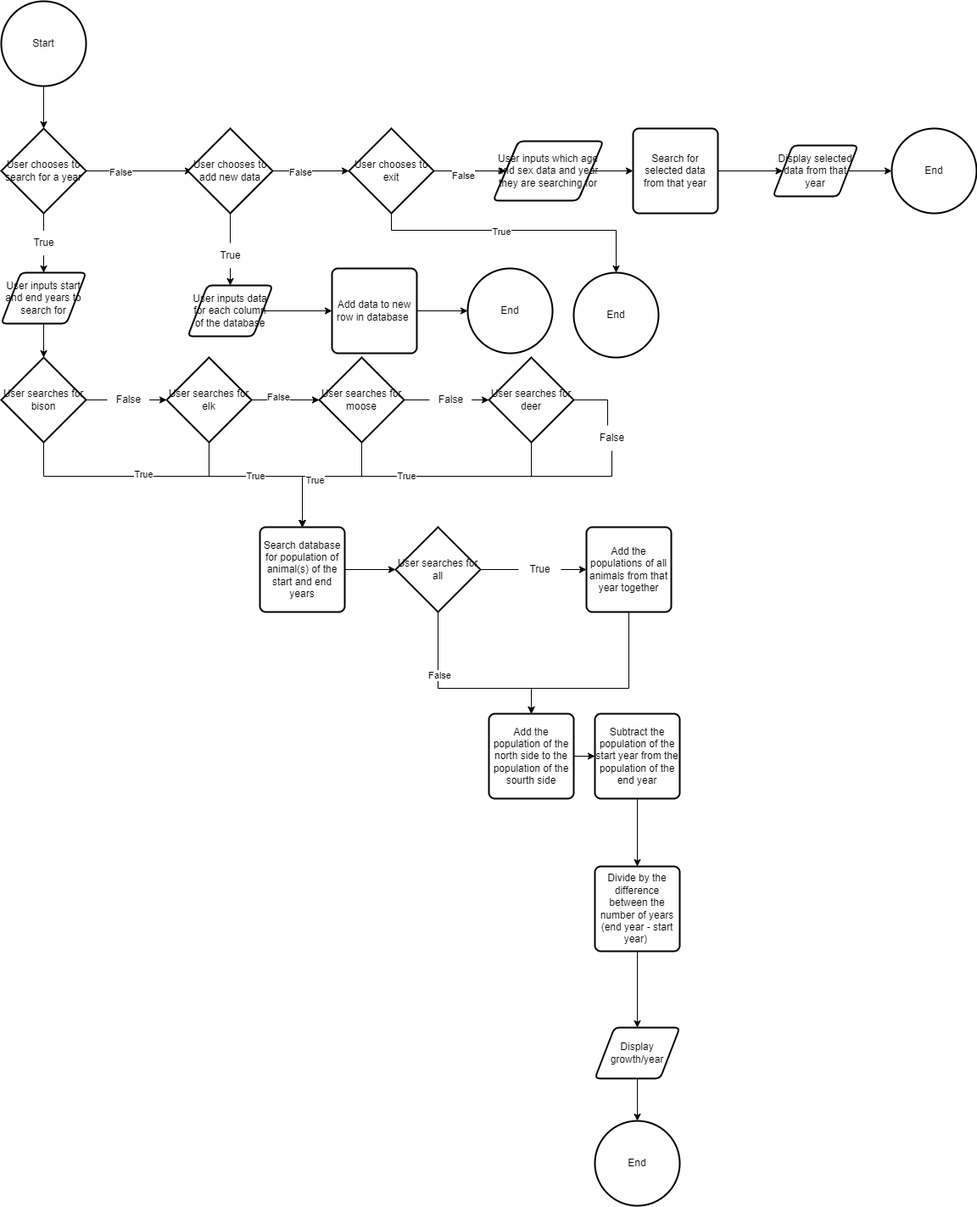
Earlier version of the draw.io export Large Mammal Population.drawio.png (mimimelonxxxx/CSE2130-Project). Source tidied: cells renumbered, new cells last; positions are measured from the earlier drawing's top-left corner, leaving out a move shared by most shapes.
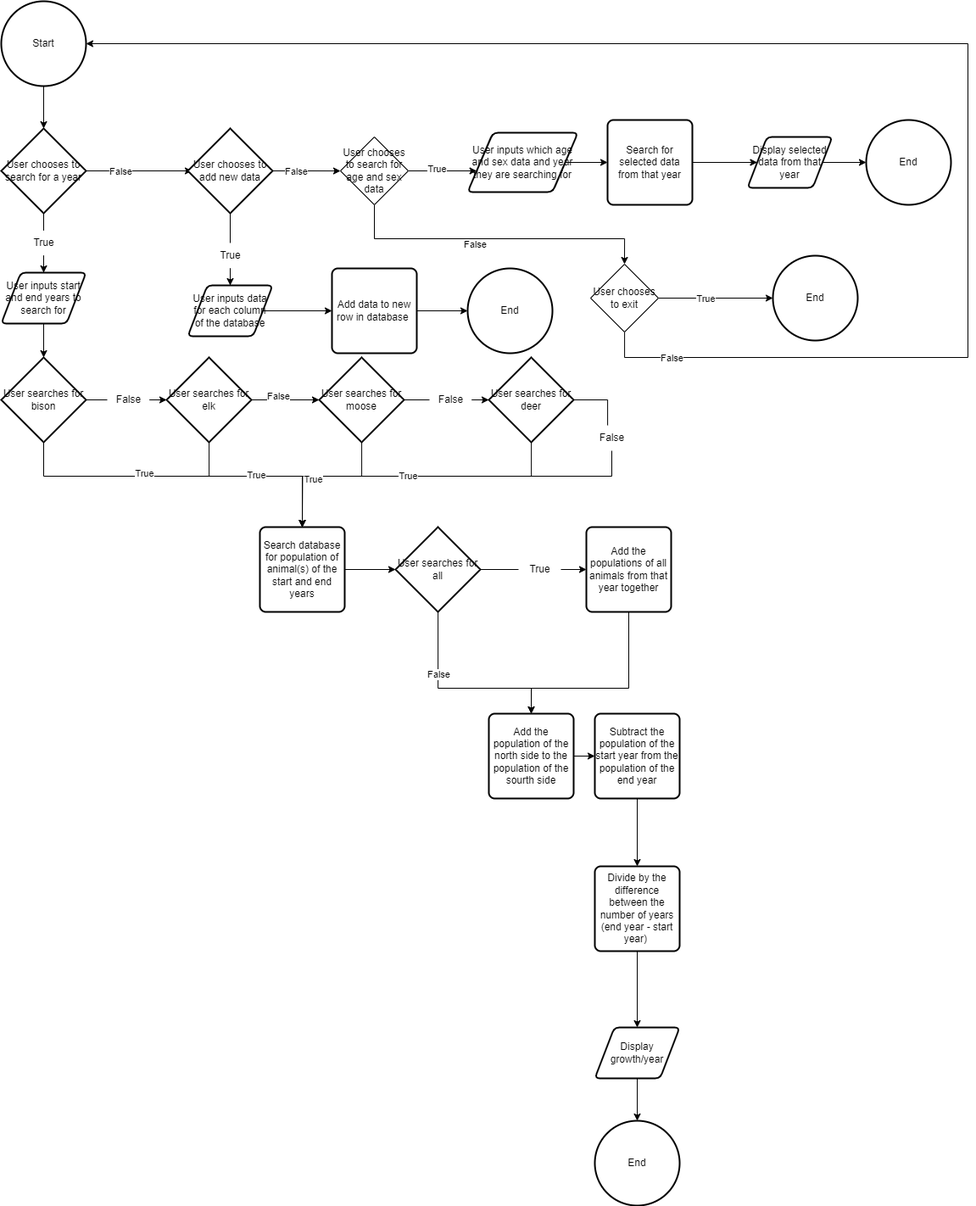
The same file after the commit.

Commit message:
actually finished

What changed in the source:
```diff
@@ -217,8 +217,9 @@
     <mxCell id="56" style="edgeStyle=orthogonalEdgeStyle;rounded=0;jettySize=auto;html=1;startArrow=none;" parent="1" edge="1" source="60" target="52">
       <mxGeometry relative="1" as="geometry" />
     </mxCell>
-    <mxCell id="57" style="edgeStyle=orthogonalEdgeStyle;rounded=0;jettySize=auto;html=1;" parent="1" edge="1" source="59" target="66">
+    <mxCell id="57" style="edgeStyle=orthogonalEdgeStyle;rounded=0;jettySize=auto;html=1;" parent="1" edge="1" source="59">
       <mxGeometry relative="1" as="geometry">
+        <mxPoint x="400" y="200.1" as="targetPoint" />
         <Array as="points">
           <mxPoint x="360" y="200" />
           <mxPoint x="360" y="200" />
@@ -239,31 +240,6 @@
     <mxCell id="61" style="edgeStyle=orthogonalEdgeStyle;rounded=0;jettySize=auto;html=1;endArrow=none;" parent="1" edge="1" source="59" target="60">
       <mxGeometry relative="1" as="geometry" />
     </mxCell>
-    <mxCell id="62" style="edgeStyle=orthogonalEdgeStyle;rounded=0;jettySize=auto;html=1;entryX=0.5;entryY=0;entryDx=0;entryDy=0;entryPerimeter=0;" parent="1" edge="1" source="66" target="67">
-      <mxGeometry relative="1" as="geometry">
-        <Array as="points">
-          <mxPoint x="460" y="270" />
-          <mxPoint x="725" y="270" />
-        </Array>
-      </mxGeometry>
-    </mxCell>
-    <mxCell id="63" value="True" style="edgeLabel;html=1;align=center;verticalAlign=middle;" parent="62" vertex="1">
-      <mxGeometry x="-0.36" y="-8" relative="1" as="geometry">
-        <mxPoint x="42" y="-8" as="offset" />
-      </mxGeometry>
-    </mxCell>
-    <mxCell id="64" style="edgeStyle=orthogonalEdgeStyle;rounded=0;jettySize=auto;html=1;" parent="1" edge="1" source="66" target="71">
-      <mxGeometry relative="1" as="geometry" />
-    </mxCell>
-    <mxCell id="65" value="False" style="edgeLabel;html=1;align=center;verticalAlign=middle;" parent="64" vertex="1">
-      <mxGeometry x="-0.22" y="-4" relative="1" as="geometry" />
-    </mxCell>
-    <mxCell id="66" value="User chooses to exit" style="strokeWidth=2;html=1;shape=mxgraph.flowchart.decision;whiteSpace=wrap;" parent="1" vertex="1">
-      <mxGeometry x="410" y="150" width="100" height="100" as="geometry" />
-    </mxCell>
-    <mxCell id="67" value="End" style="strokeWidth=2;html=1;shape=mxgraph.flowchart.start_2;whiteSpace=wrap;" parent="1" vertex="1">
-      <mxGeometry x="675" y="320" width="100" height="100" as="geometry" />
-    </mxCell>
     <mxCell id="68" value="True" style="text;html=1;align=center;verticalAlign=middle;points=[];strokeColor=none;fillColor=none;" parent="1" vertex="1">
       <mxGeometry x="610" y="655" width="50" height="30" as="geometry" />
     </mxCell>
@@ -279,25 +255,76 @@
       <mxGeometry relative="1" as="geometry" />
     </mxCell>
     <mxCell id="71" value="User inputs which age and sex data and year they are searching for" style="shape=parallelogram;html=1;strokeWidth=2;perimeter=parallelogramPerimeter;whiteSpace=wrap;rounded=1;arcSize=12;size=0.23;" parent="1" vertex="1">
-      <mxGeometry x="580" y="165" width="130" height="70" as="geometry" />
+      <mxGeometry x="550" y="155" width="130" height="70" as="geometry" />
     </mxCell>
     <mxCell id="72" style="edgeStyle=orthogonalEdgeStyle;rounded=0;jettySize=auto;html=1;" parent="1" edge="1" source="73" target="75">
       <mxGeometry relative="1" as="geometry" />
     </mxCell>
     <mxCell id="73" value="Search for selected data from that year" style="rounded=1;whiteSpace=wrap;html=1;absoluteArcSize=1;arcSize=14;strokeWidth=2;" parent="1" vertex="1">
-      <mxGeometry x="745" y="150" width="100" height="100" as="geometry" />
+      <mxGeometry x="715" y="140" width="100" height="100" as="geometry" />
     </mxCell>
     <mxCell id="74" style="edgeStyle=orthogonalEdgeStyle;rounded=0;jettySize=auto;html=1;" parent="1" edge="1" source="75" target="76">
       <mxGeometry relative="1" as="geometry" />
     </mxCell>
     <mxCell id="75" value="Display selected data from that year" style="shape=parallelogram;html=1;strokeWidth=2;perimeter=parallelogramPerimeter;whiteSpace=wrap;rounded=1;arcSize=12;size=0.23;" parent="1" vertex="1">
-      <mxGeometry x="910" y="170" width="100" height="60" as="geometry" />
+      <mxGeometry x="880" y="160" width="100" height="60" as="geometry" />
     </mxCell>
     <mxCell id="76" value="End" style="strokeWidth=2;html=1;shape=mxgraph.flowchart.start_2;whiteSpace=wrap;" parent="1" vertex="1">
-      <mxGeometry x="1050" y="150" width="100" height="100" as="geometry" />
+      <mxGeometry x="1020" y="140" width="100" height="100" as="geometry" />
     </mxCell>
     <mxCell id="77" style="edgeStyle=orthogonalEdgeStyle;rounded=0;orthogonalLoop=1;jettySize=auto;html=1;exitX=0.5;exitY=1;exitDx=0;exitDy=0;" parent="1" edge="1" source="75" target="75">
       <mxGeometry relative="1" as="geometry" />
     </mxCell>
+    <mxCell id="78" style="edgeStyle=orthogonalEdgeStyle;rounded=0;jettySize=auto;html=1;" parent="1" edge="1" source="82" target="71">
+      <mxGeometry relative="1" as="geometry">
+        <Array as="points">
+          <mxPoint x="560" y="200" />
+          <mxPoint x="560" y="200" />
+        </Array>
+      </mxGeometry>
+    </mxCell>
+    <mxCell id="79" value="True" style="edgeLabel;html=1;align=center;verticalAlign=middle;" parent="78" vertex="1">
+      <mxGeometry x="-0.2" y="3" relative="1" as="geometry" />
+    </mxCell>
+    <mxCell id="80" style="edgeStyle=orthogonalEdgeStyle;rounded=0;jettySize=auto;html=1;entryX=0.5;entryY=0;entryDx=0;entryDy=0;" parent="1" edge="1" source="82" target="66">
+      <mxGeometry relative="1" as="geometry">
+        <Array as="points">
+          <mxPoint x="440" y="280" />
+          <mxPoint x="735" y="280" />
+        </Array>
+      </mxGeometry>
+    </mxCell>
+    <mxCell id="81" value="False" style="edgeLabel;html=1;align=center;verticalAlign=middle;" parent="80" vertex="1">
+      <mxGeometry x="-0.13" y="-6" relative="1" as="geometry" />
+    </mxCell>
+    <mxCell id="82" value="User chooses to search for age and sex data" style="rhombus;whiteSpace=wrap;html=1;" parent="1" vertex="1">
+      <mxGeometry x="400" y="160" width="80" height="80" as="geometry" />
+    </mxCell>
+    <mxCell id="62" style="edgeStyle=orthogonalEdgeStyle;rounded=0;jettySize=auto;html=1;" parent="1" edge="1" source="66" target="67">
+      <mxGeometry relative="1" as="geometry" />
+    </mxCell>
+    <mxCell id="83" value="True" style="edgeLabel;html=1;align=center;verticalAlign=middle;" parent="62" vertex="1">
+      <mxGeometry x="-0.33" y="-8" relative="1" as="geometry">
+        <mxPoint x="10" y="-8" as="offset" />
+      </mxGeometry>
+    </mxCell>
+    <mxCell id="84" style="edgeStyle=orthogonalEdgeStyle;rounded=0;jettySize=auto;html=1;entryX=1;entryY=0.5;entryDx=0;entryDy=0;entryPerimeter=0;" parent="1" edge="1" source="66" target="3">
+      <mxGeometry relative="1" as="geometry">
+        <Array as="points">
+          <mxPoint x="735" y="420" />
+          <mxPoint x="1140" y="420" />
+          <mxPoint x="1140" y="50" />
+        </Array>
+      </mxGeometry>
+    </mxCell>
+    <mxCell id="85" value="False" style="edgeLabel;html=1;align=center;verticalAlign=middle;" parent="84" vertex="1">
+      <mxGeometry x="-0.91" relative="1" as="geometry" />
+    </mxCell>
+    <mxCell id="66" value="User chooses to exit" style="rhombus;whiteSpace=wrap;html=1;" parent="1" vertex="1">
+      <mxGeometry x="695" y="310" width="80" height="80" as="geometry" />
+    </mxCell>
+    <mxCell id="67" value="End" style="strokeWidth=2;html=1;shape=mxgraph.flowchart.start_2;whiteSpace=wrap;" parent="1" vertex="1">
+      <mxGeometry x="910" y="300" width="100" height="100" as="geometry" />
+    </mxCell>
   </root>
 </mxGraphModel>
```
